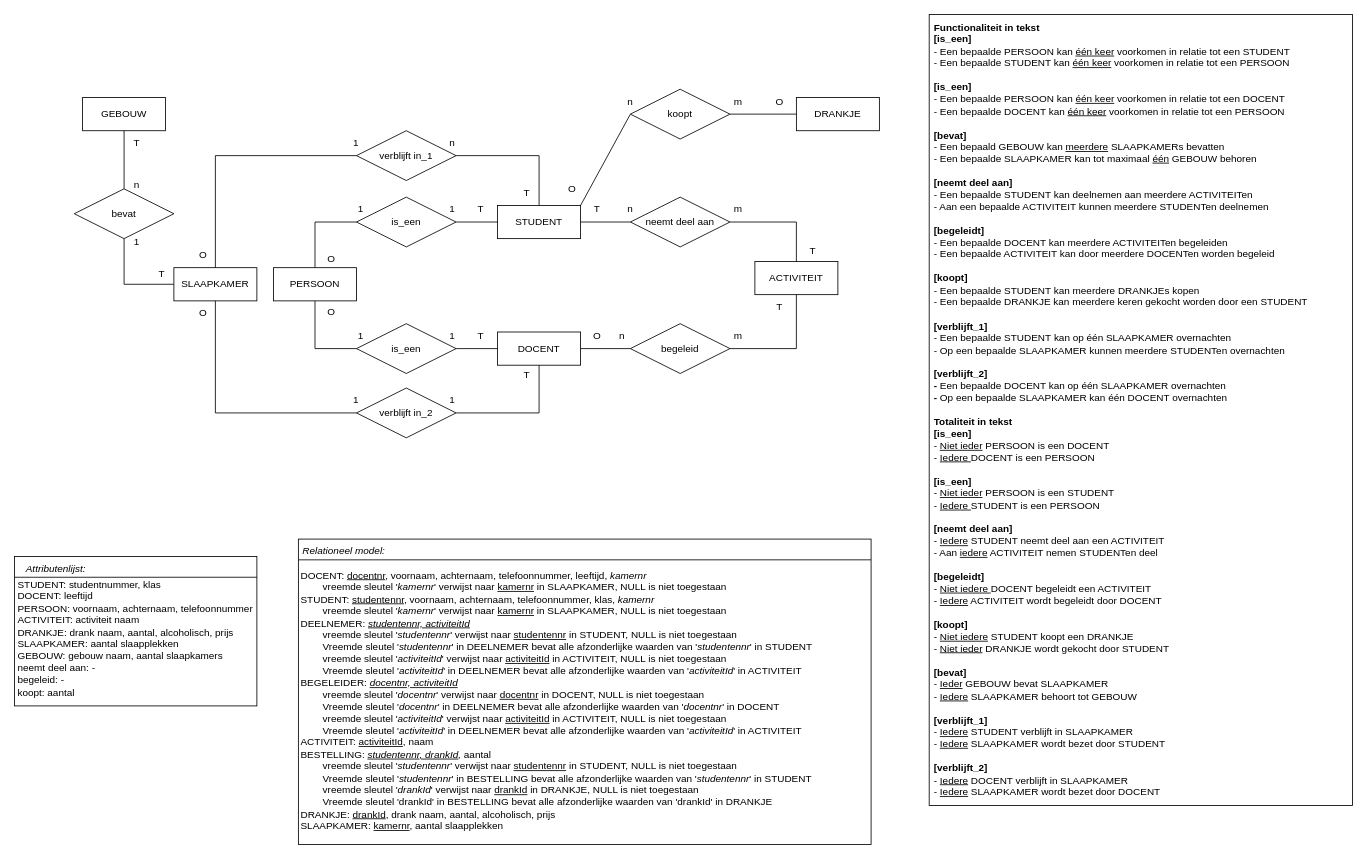
Above: ERD ontwerpen/SomerenProject.drawio in Chris-17Lommerse/Someren-project-Dion-Iris-en-Chris (draw.io), before the change. Source tidied: cells renumbered, new cells numbered last; positions are measured from the earlier drawing's top-left corner, leaving out a move shared by most shapes. Both pictures are drawn from the tidied source at 83%, with x=0, y=0 at pixel (14, 14).
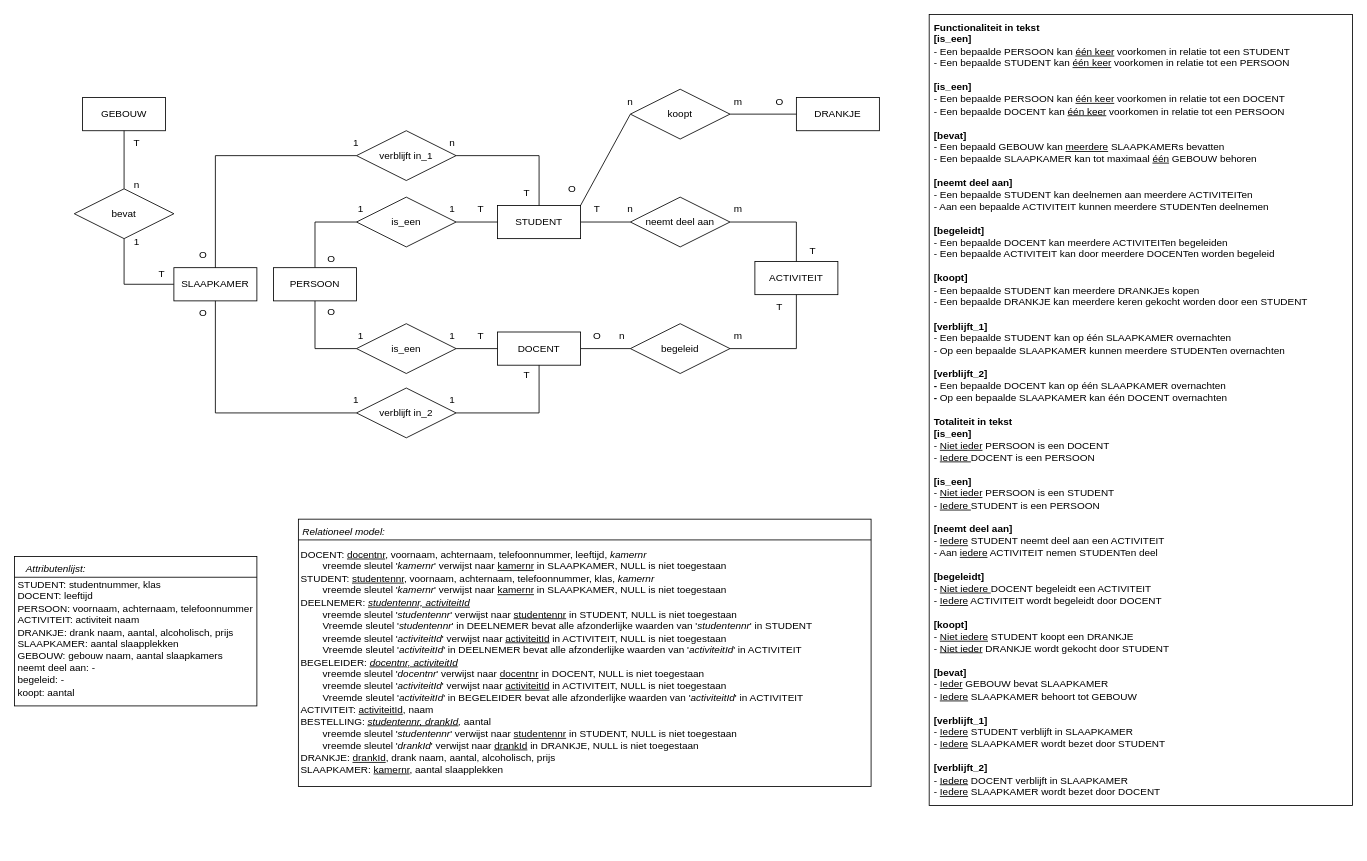
After the change.

The edit, as a diff of the source:
```diff
@@
     <mxCell id="73" style="rounded=0;whiteSpace=wrap;html=1;" parent="1" vertex="1">
-      <mxGeometry x="342" y="632" width="690" height="368" as="geometry" />
+      <mxGeometry x="342" y="608" width="690" height="322" as="geometry" />
     </mxCell>
     <mxCell id="74" style="line;strokeWidth=1;dashed=0;labelPosition=right;align=left;verticalAlign=middle;spacingTop=0;spacingLeft=6;" parent="1" vertex="1">
-      <mxGeometry x="342" y="652" width="690" height="10" as="geometry" />
+      <mxGeometry x="342" y="628" width="690" height="10" as="geometry" />
     </mxCell>
     <mxCell id="75" value="&lt;i&gt;Relationeel model:&lt;/i&gt;" style="text;html=1;align=center;verticalAlign=middle;whiteSpace=wrap;rounded=0;" parent="1" vertex="1">
-      <mxGeometry x="342" y="632" width="110" height="30" as="geometry" />
+      <mxGeometry x="342" y="608" width="110" height="30" as="geometry" />
     </mxCell>
-    <mxCell id="76" value="&lt;div&gt;&lt;span style=&quot;background-color: transparent; color: light-dark(rgb(0, 0, 0), rgb(255, 255, 255));&quot;&gt;DOCENT: &lt;u&gt;docentnr&lt;/u&gt;, voornaam, achternaam, telefoonnummer, leeftijd, &lt;i&gt;kamernr&lt;/i&gt;&lt;/span&gt;&lt;/div&gt;&lt;div&gt;&lt;span style=&quot;background-color: transparent; color: light-dark(rgb(0, 0, 0), rgb(255, 255, 255));&quot;&gt;&lt;i&gt;&lt;span style=&quot;white-space: pre;&quot;&gt;&#9;&lt;/span&gt;&lt;/i&gt;vreemde sleutel '&lt;i&gt;kamernr&lt;/i&gt;' verwijst naar &lt;u&gt;kamernr&lt;/u&gt; in SLAAPKAMER, NULL is niet toegestaan&lt;/span&gt;&lt;/div&gt;&lt;div&gt;STUDENT: &lt;u&gt;studentennr&lt;/u&gt;, &lt;span style=&quot;background-color: transparent; color: light-dark(rgb(0, 0, 0), rgb(255, 255, 255));&quot;&gt;voornaam, achternaam, telefoonnummer, klas, &lt;i&gt;kamernr&lt;/i&gt;&lt;/span&gt;&lt;/div&gt;&lt;div&gt;&lt;span style=&quot;background-color: transparent; color: light-dark(rgb(0, 0, 0), rgb(255, 255, 255));&quot;&gt;&lt;i&gt;&lt;span style=&quot;white-space: pre;&quot;&gt;&#9;&lt;/span&gt;&lt;/i&gt;&lt;/span&gt;&lt;span style=&quot;background-color: transparent; color: light-dark(rgb(0, 0, 0), rgb(255, 255, 255));&quot;&gt;vreemde sleutel '&lt;i&gt;kamernr&lt;/i&gt;' verwijst naar &lt;u&gt;kamernr&lt;/u&gt; in SLAAPKAMER, NULL is niet toegestaan&lt;/span&gt;&lt;/div&gt;&lt;div&gt;DEELNEMER: &lt;u&gt;&lt;i&gt;studentennr, activiteitId&lt;/i&gt;&lt;/u&gt;&lt;/div&gt;&lt;div&gt;&lt;span style=&quot;background-color: transparent; color: light-dark(rgb(0, 0, 0), rgb(255, 255, 255));&quot;&gt;&lt;span style=&quot;white-space: pre;&quot;&gt;&#9;&lt;/span&gt;vreemde sleutel '&lt;i&gt;studentennr&lt;/i&gt;' verwijst naar &lt;u&gt;studentennr&lt;/u&gt; in STUDENT, NULL is niet toegestaan&lt;/span&gt;&lt;/div&gt;&lt;div&gt;&lt;span style=&quot;background-color: transparent; color: light-dark(rgb(0, 0, 0), rgb(255, 255, 255));&quot;&gt;&lt;span style=&quot;white-space: pre;&quot;&gt;&#9;&lt;/span&gt;Vreemde sleutel '&lt;i&gt;studentennr&lt;/i&gt;' in DEELNEMER bevat alle afzonderlijke waarden van '&lt;i&gt;studentennr&lt;/i&gt;' in STUDENT&lt;/span&gt;&lt;/div&gt;&lt;div&gt;&lt;span style=&quot;background-color: transparent; color: light-dark(rgb(0, 0, 0), rgb(255, 255, 255));&quot;&gt;&lt;span style=&quot;white-space: pre;&quot;&gt;&#9;&lt;/span&gt;vreemde sleutel '&lt;i&gt;activiteitId&lt;/i&gt;' verwijst naar &lt;u&gt;activiteitId&lt;/u&gt; in ACTIVITEIT, NULL is niet toegestaan&lt;/span&gt;&lt;/div&gt;&lt;div&gt;&lt;span style=&quot;background-color: transparent; color: light-dark(rgb(0, 0, 0), rgb(255, 255, 255));&quot;&gt;&lt;span style=&quot;white-space: pre;&quot;&gt;&#9;&lt;/span&gt;&lt;/span&gt;&lt;span style=&quot;background-color: transparent; color: light-dark(rgb(0, 0, 0), rgb(255, 255, 255));&quot;&gt;Vreemde sleutel '&lt;/span&gt;&lt;span style=&quot;background-color: transparent; color: light-dark(rgb(0, 0, 0), rgb(255, 255, 255));&quot;&gt;&lt;i&gt;activiteitId&lt;/i&gt;&lt;/span&gt;&lt;span style=&quot;background-color: transparent; color: light-dark(rgb(0, 0, 0), rgb(255, 255, 255));&quot;&gt;' in DEELNEMER bevat alle afzonderlijke waarden van '&lt;/span&gt;&lt;span style=&quot;background-color: transparent; color: light-dark(rgb(0, 0, 0), rgb(255, 255, 255));&quot;&gt;&lt;i&gt;activiteitId&lt;/i&gt;&lt;/span&gt;&lt;span style=&quot;background-color: transparent; color: light-dark(rgb(0, 0, 0), rgb(255, 255, 255));&quot;&gt;' in ACTIVITEIT&lt;/span&gt;&lt;/div&gt;&lt;div&gt;BEGELEIDER: &lt;i&gt;&lt;u&gt;docentnr, activiteitId &lt;br&gt;&lt;/u&gt;&lt;/i&gt;&lt;/div&gt;&lt;div&gt;&lt;span style=&quot;white-space: pre;&quot;&gt;&#9;&lt;/span&gt;&lt;span style=&quot;background-color: transparent; color: light-dark(rgb(0, 0, 0), rgb(255, 255, 255));&quot;&gt;vreemde sleutel '&lt;i&gt;docentnr&lt;/i&gt;' verwijst naar &lt;u&gt;docentnr&lt;/u&gt; in DOCENT, NULL is niet toegestaan&lt;/span&gt;&lt;/div&gt;&lt;div&gt;&lt;span style=&quot;background-color: transparent; color: light-dark(rgb(0, 0, 0), rgb(255, 255, 255));&quot;&gt;&lt;span style=&quot;white-space: pre;&quot;&gt;&#9;&lt;/span&gt;Vreemde sleutel '&lt;i&gt;docentnr&lt;/i&gt;' in DEELNEMER bevat alle afzonderlijke waarden van '&lt;i&gt;docentnr&lt;/i&gt;' in DOCENT&lt;/span&gt;&lt;div&gt;&lt;span style=&quot;background-color: transparent; color: light-dark(rgb(0, 0, 0), rgb(255, 255, 255));&quot;&gt;&lt;span style=&quot;white-space: pre;&quot;&gt;&#9;&lt;/span&gt;vreemde sleutel '&lt;i&gt;activiteitId&lt;/i&gt;' verwijst naar &lt;u&gt;activiteitId&lt;/u&gt; in ACTIVITEIT, NULL is niet toegestaan&lt;/span&gt;&lt;/div&gt;&lt;div&gt;&lt;span style=&quot;background-color: transparent; color: light-dark(rgb(0, 0, 0), rgb(255, 255, 255));&quot;&gt;&lt;span style=&quot;white-space: pre;&quot;&gt;&#9;&lt;/span&gt;&lt;/span&gt;&lt;span style=&quot;background-color: transparent; color: light-dark(rgb(0, 0, 0), rgb(255, 255, 255));&quot;&gt;Vreemde sleutel '&lt;/span&gt;&lt;span style=&quot;background-color: transparent; color: light-dark(rgb(0, 0, 0), rgb(255, 255, 255));&quot;&gt;&lt;i&gt;activiteitId&lt;/i&gt;&lt;/span&gt;&lt;span style=&quot;background-color: transparent; color: light-dark(rgb(0, 0, 0), rgb(255, 255, 255));&quot;&gt;' in DEELNEMER bevat alle afzonderlijke waarden van '&lt;/span&gt;&lt;span style=&quot;background-color: transparent; color: light-dark(rgb(0, 0, 0), rgb(255, 255, 255));&quot;&gt;&lt;i&gt;activiteitId&lt;/i&gt;&lt;/span&gt;&lt;span style=&quot;background-color: transparent; color: light-dark(rgb(0, 0, 0), rgb(255, 255, 255));&quot;&gt;' in ACTIVITEIT&lt;/span&gt;&lt;/div&gt;&lt;/div&gt;&lt;div&gt;ACTIVITEIT: &lt;u&gt;activiteitId&lt;/u&gt;, naam&lt;/div&gt;&lt;div&gt;BESTELLING: &lt;u&gt;&lt;i&gt;studentennr&lt;/i&gt;&lt;/u&gt;&lt;i style=&quot;&quot;&gt;&lt;u&gt;, drankId&lt;/u&gt;, &lt;/i&gt;&lt;span style=&quot;&quot;&gt;aantal&lt;/span&gt;&lt;i&gt;&lt;br&gt;&lt;/i&gt;&lt;/div&gt;&lt;div&gt;&lt;i&gt;&lt;span style=&quot;white-space: pre;&quot;&gt;&#9;&lt;/span&gt;&lt;/i&gt;&lt;span style=&quot;background-color: transparent; color: light-dark(rgb(0, 0, 0), rgb(255, 255, 255));&quot;&gt;vreemde sleutel '&lt;i&gt;studentennr&lt;/i&gt;' verwijst naar &lt;u&gt;studentennr&lt;/u&gt; in STUDENT, NULL is niet toegestaan&lt;/span&gt;&lt;/div&gt;&lt;div&gt;&lt;span style=&quot;background-color: transparent; color: light-dark(rgb(0, 0, 0), rgb(255, 255, 255));&quot;&gt;&lt;span style=&quot;white-space: pre;&quot;&gt;&#9;&lt;/span&gt;&lt;/span&gt;&lt;span style=&quot;background-color: transparent; color: light-dark(rgb(0, 0, 0), rgb(255, 255, 255));&quot;&gt;Vreemde sleutel '&lt;i&gt;studentennr&lt;/i&gt;' in BESTELLING bevat alle afzonderlijke waarden van '&lt;i&gt;studentennr&lt;/i&gt;' in STUDENT&lt;/span&gt;&lt;div&gt;&lt;span style=&quot;background-color: transparent; color: light-dark(rgb(0, 0, 0), rgb(255, 255, 255));&quot;&gt;&lt;span style=&quot;white-space: pre;&quot;&gt;&#9;&lt;/span&gt;vreemde sleutel '&lt;i&gt;drankId&lt;/i&gt;' verwijst naar &lt;u&gt;drankId&lt;/u&gt; in DRANKJE, NULL is niet toegestaan&lt;/span&gt;&lt;/div&gt;&lt;div&gt;&lt;span style=&quot;background-color: transparent; color: light-dark(rgb(0, 0, 0), rgb(255, 255, 255));&quot;&gt;&lt;span style=&quot;white-space: pre;&quot;&gt;&#9;&lt;/span&gt;&lt;/span&gt;&lt;span style=&quot;background-color: transparent; color: light-dark(rgb(0, 0, 0), rgb(255, 255, 255));&quot;&gt;Vreemde sleutel 'drankId' in BESTELLING bevat alle afzonderlijke waarden van 'drankId' in DRANKJE&lt;/span&gt;&lt;/div&gt;&lt;/div&gt;&lt;div&gt;DRANKJE: &lt;u&gt;drankId&lt;/u&gt;, drank naam, aantal, alcoholisch, prijs&amp;nbsp; &amp;nbsp;&lt;/div&gt;&lt;div&gt;SLAAPKAMER: &lt;u&gt;kamernr&lt;/u&gt;, aantal slaapplekken &lt;br&gt;&lt;/div&gt;&lt;div&gt;&lt;br&gt;&lt;/div&gt;" style="text;html=1;align=left;verticalAlign=top;whiteSpace=wrap;rounded=0;" parent="1" vertex="1">
-      <mxGeometry x="343" y="662" width="689" height="307" as="geometry" />
+    <mxCell id="76" value="&lt;div&gt;&lt;span style=&quot;background-color: transparent; color: light-dark(rgb(0, 0, 0), rgb(255, 255, 255));&quot;&gt;DOCENT: &lt;u&gt;docentnr&lt;/u&gt;, voornaam, achternaam, telefoonnummer, leeftijd, &lt;i&gt;kamernr&lt;/i&gt;&lt;/span&gt;&lt;/div&gt;&lt;div&gt;&lt;span style=&quot;background-color: transparent; color: light-dark(rgb(0, 0, 0), rgb(255, 255, 255));&quot;&gt;&lt;i&gt;&lt;span style=&quot;white-space: pre;&quot;&gt;&#9;&lt;/span&gt;&lt;/i&gt;vreemde sleutel '&lt;i&gt;kamernr&lt;/i&gt;' verwijst naar &lt;u&gt;kamernr&lt;/u&gt; in SLAAPKAMER, NULL is niet toegestaan&lt;/span&gt;&lt;/div&gt;&lt;div&gt;STUDENT: &lt;u&gt;studentennr&lt;/u&gt;, &lt;span style=&quot;background-color: transparent; color: light-dark(rgb(0, 0, 0), rgb(255, 255, 255));&quot;&gt;voornaam, achternaam, telefoonnummer, klas, &lt;i&gt;kamernr&lt;/i&gt;&lt;/span&gt;&lt;/div&gt;&lt;div&gt;&lt;span style=&quot;background-color: transparent; color: light-dark(rgb(0, 0, 0), rgb(255, 255, 255));&quot;&gt;&lt;i&gt;&lt;span style=&quot;white-space: pre;&quot;&gt;&#9;&lt;/span&gt;&lt;/i&gt;&lt;/span&gt;&lt;span style=&quot;background-color: transparent; color: light-dark(rgb(0, 0, 0), rgb(255, 255, 255));&quot;&gt;vreemde sleutel '&lt;i&gt;kamernr&lt;/i&gt;' verwijst naar &lt;u&gt;kamernr&lt;/u&gt; in SLAAPKAMER, NULL is niet toegestaan&lt;/span&gt;&lt;/div&gt;&lt;div&gt;DEELNEMER: &lt;u&gt;&lt;i&gt;studentennr, activiteitId&lt;/i&gt;&lt;/u&gt;&lt;/div&gt;&lt;div&gt;&lt;span style=&quot;background-color: transparent; color: light-dark(rgb(0, 0, 0), rgb(255, 255, 255));&quot;&gt;&lt;span style=&quot;white-space: pre;&quot;&gt;&#9;&lt;/span&gt;vreemde sleutel '&lt;i&gt;studentennr&lt;/i&gt;' verwijst naar &lt;u&gt;studentennr&lt;/u&gt; in STUDENT, NULL is niet toegestaan&lt;/span&gt;&lt;/div&gt;&lt;div&gt;&lt;span style=&quot;background-color: transparent; color: light-dark(rgb(0, 0, 0), rgb(255, 255, 255));&quot;&gt;&lt;span style=&quot;white-space: pre;&quot;&gt;&#9;&lt;/span&gt;Vreemde sleutel '&lt;i&gt;studentennr&lt;/i&gt;' in DEELNEMER bevat alle afzonderlijke waarden van '&lt;i&gt;studentennr&lt;/i&gt;' in STUDENT&lt;/span&gt;&lt;/div&gt;&lt;div&gt;&lt;span style=&quot;background-color: transparent; color: light-dark(rgb(0, 0, 0), rgb(255, 255, 255));&quot;&gt;&lt;span style=&quot;white-space: pre;&quot;&gt;&#9;&lt;/span&gt;vreemde sleutel '&lt;i&gt;activiteitId&lt;/i&gt;' verwijst naar &lt;u&gt;activiteitId&lt;/u&gt; in ACTIVITEIT, NULL is niet toegestaan&lt;/span&gt;&lt;/div&gt;&lt;div&gt;&lt;span style=&quot;background-color: transparent; color: light-dark(rgb(0, 0, 0), rgb(255, 255, 255));&quot;&gt;&lt;span style=&quot;white-space: pre;&quot;&gt;&#9;&lt;/span&gt;&lt;/span&gt;&lt;span style=&quot;background-color: transparent; color: light-dark(rgb(0, 0, 0), rgb(255, 255, 255));&quot;&gt;Vreemde sleutel '&lt;/span&gt;&lt;span style=&quot;background-color: transparent; color: light-dark(rgb(0, 0, 0), rgb(255, 255, 255));&quot;&gt;&lt;i&gt;activiteitId&lt;/i&gt;&lt;/span&gt;&lt;span style=&quot;background-color: transparent; color: light-dark(rgb(0, 0, 0), rgb(255, 255, 255));&quot;&gt;' in DEELNEMER bevat alle afzonderlijke waarden van '&lt;/span&gt;&lt;span style=&quot;background-color: transparent; color: light-dark(rgb(0, 0, 0), rgb(255, 255, 255));&quot;&gt;&lt;i&gt;activiteitId&lt;/i&gt;&lt;/span&gt;&lt;span style=&quot;background-color: transparent; color: light-dark(rgb(0, 0, 0), rgb(255, 255, 255));&quot;&gt;' in ACTIVITEIT&lt;/span&gt;&lt;/div&gt;&lt;div&gt;BEGELEIDER: &lt;i&gt;&lt;u&gt;docentnr, activiteitId &lt;br&gt;&lt;/u&gt;&lt;/i&gt;&lt;/div&gt;&lt;div&gt;&lt;span style=&quot;white-space: pre;&quot;&gt;&#9;&lt;/span&gt;&lt;span style=&quot;background-color: transparent; color: light-dark(rgb(0, 0, 0), rgb(255, 255, 255));&quot;&gt;vreemde sleutel '&lt;i&gt;docentnr&lt;/i&gt;' verwijst naar &lt;u&gt;docentnr&lt;/u&gt; in DOCENT, NULL is niet toegestaan&lt;/span&gt;&lt;br&gt;&lt;div&gt;&lt;span style=&quot;background-color: transparent; color: light-dark(rgb(0, 0, 0), rgb(255, 255, 255));&quot;&gt;&lt;span style=&quot;white-space: pre;&quot;&gt;&#9;&lt;/span&gt;vreemde sleutel '&lt;i&gt;activiteitId&lt;/i&gt;' verwijst naar &lt;u&gt;activiteitId&lt;/u&gt; in ACTIVITEIT, NULL is niet toegestaan&lt;/span&gt;&lt;/div&gt;&lt;div&gt;&lt;span style=&quot;background-color: transparent; color: light-dark(rgb(0, 0, 0), rgb(255, 255, 255));&quot;&gt;&lt;span style=&quot;white-space: pre;&quot;&gt;&#9;&lt;/span&gt;&lt;/span&gt;&lt;span style=&quot;background-color: transparent; color: light-dark(rgb(0, 0, 0), rgb(255, 255, 255));&quot;&gt;Vreemde sleutel '&lt;/span&gt;&lt;span style=&quot;background-color: transparent; color: light-dark(rgb(0, 0, 0), rgb(255, 255, 255));&quot;&gt;&lt;i&gt;activiteitId&lt;/i&gt;&lt;/span&gt;&lt;span style=&quot;background-color: transparent; color: light-dark(rgb(0, 0, 0), rgb(255, 255, 255));&quot;&gt;' in BEGELEIDER bevat alle afzonderlijke waarden van '&lt;/span&gt;&lt;span style=&quot;background-color: transparent; color: light-dark(rgb(0, 0, 0), rgb(255, 255, 255));&quot;&gt;&lt;i&gt;activiteitId&lt;/i&gt;&lt;/span&gt;&lt;span style=&quot;background-color: transparent; color: light-dark(rgb(0, 0, 0), rgb(255, 255, 255));&quot;&gt;' in ACTIVITEIT&lt;/span&gt;&lt;/div&gt;&lt;/div&gt;&lt;div&gt;ACTIVITEIT: &lt;u&gt;activiteitId&lt;/u&gt;, naam&lt;/div&gt;&lt;div&gt;BESTELLING: &lt;u&gt;&lt;i&gt;studentennr&lt;/i&gt;&lt;/u&gt;&lt;i style=&quot;&quot;&gt;&lt;u&gt;, drankId&lt;/u&gt;, &lt;/i&gt;&lt;span style=&quot;&quot;&gt;aantal&lt;/span&gt;&lt;i&gt;&lt;br&gt;&lt;/i&gt;&lt;/div&gt;&lt;div&gt;&lt;i&gt;&lt;span style=&quot;white-space: pre;&quot;&gt;&#9;&lt;/span&gt;&lt;/i&gt;&lt;span style=&quot;background-color: transparent; color: light-dark(rgb(0, 0, 0), rgb(255, 255, 255));&quot;&gt;vreemde sleutel '&lt;i&gt;studentennr&lt;/i&gt;' verwijst naar &lt;u&gt;studentennr&lt;/u&gt; in STUDENT, NULL is niet toegestaan&lt;/span&gt;&lt;br&gt;&lt;div&gt;&lt;span style=&quot;background-color: transparent; color: light-dark(rgb(0, 0, 0), rgb(255, 255, 255));&quot;&gt;&lt;span style=&quot;white-space: pre;&quot;&gt;&#9;&lt;/span&gt;vreemde sleutel '&lt;i&gt;drankId&lt;/i&gt;' verwijst naar &lt;u&gt;drankId&lt;/u&gt; in DRANKJE, NULL is niet toegestaan&lt;/span&gt;&lt;/div&gt;&lt;/div&gt;&lt;div&gt;DRANKJE: &lt;u&gt;drankId&lt;/u&gt;, drank naam, aantal, alcoholisch, prijs&amp;nbsp; &amp;nbsp;&lt;/div&gt;&lt;div&gt;SLAAPKAMER: &lt;u&gt;kamernr&lt;/u&gt;, aantal slaapplekken &lt;br&gt;&lt;/div&gt;&lt;div&gt;&lt;br&gt;&lt;/div&gt;" style="text;html=1;align=left;verticalAlign=top;whiteSpace=wrap;rounded=0;" parent="1" vertex="1">
+      <mxGeometry x="343" y="637" width="689" height="293" as="geometry" />
     </mxCell>
```
